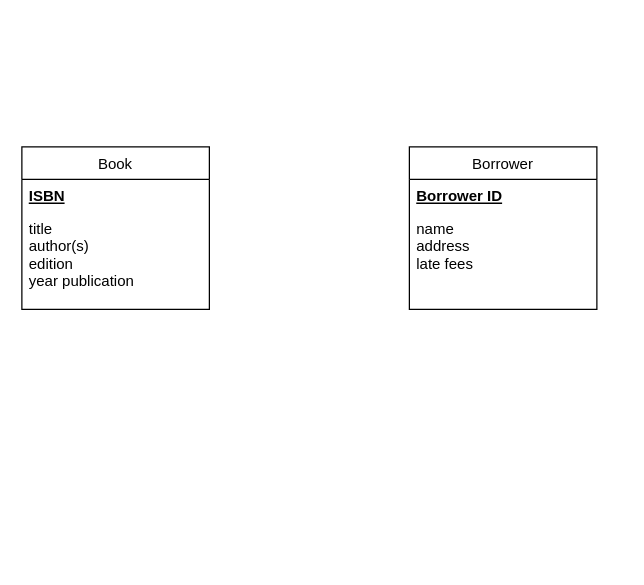
The draw.io diagram Exam Diagram.drawio in carlota-castro/DataManagement, before the edit. Source tidied: cells renumbered, new cells numbered last; positions are measured from the earlier drawing's top-left corner, leaving out a move shared by most shapes. Both pictures are drawn from the tidied source at 125%, with x=0, y=0 at pixel (21, 146).
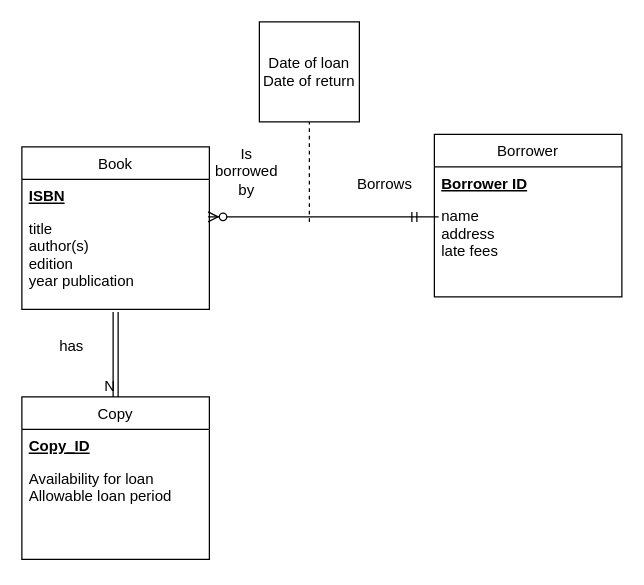
After the change.

The change refers to these unchanged cells:
```xml
<mxCell id="4" value="title&#10;author(s)&#10;edition&#10;year publication&#10;&#10;" style="text;strokeColor=none;fillColor=none;align=left;verticalAlign=top;spacingLeft=4;spacingRight=4;overflow=hidden;points=[[0,0.5],[1,0.5]];portConstraint=eastwest;" parent="2" vertex="1">
  <mxGeometry y="52" width="150" height="78" as="geometry" />
</mxCell>
```

The edit, as a diff of the source:
```diff
@@
+    <mxCell id="8" style="edgeStyle=entityRelationEdgeStyle;fontSize=12;html=1;endArrow=ERzeroToMany;startArrow=ERmandOne;entryX=0.993;entryY=0.051;entryDx=0;entryDy=0;entryPerimeter=0;" parent="1" edge="1" target="4">
+      <mxGeometry relative="1" as="geometry">
+        <mxPoint x="308" y="56" as="sourcePoint" />
+      </mxGeometry>
+    </mxCell>
     <mxCell id="5" value="Borrower" style="swimlane;fontStyle=0;horizontal=1;startSize=26;fillColor=none;" parent="1" vertex="1">
-      <mxGeometry x="310" width="150" height="130" as="geometry" />
+      <mxGeometry x="330" y="-10" width="150" height="130" as="geometry" />
     </mxCell>
@@
+    <mxCell id="9" value="Copy" style="swimlane;fontStyle=0;horizontal=1;startSize=26;fillColor=none;" parent="1" vertex="1">
+      <mxGeometry y="200" width="150" height="130" as="geometry" />
+    </mxCell>
+    <mxCell id="10" value="Copy_ID" style="text;strokeColor=none;fillColor=none;align=left;verticalAlign=top;spacingLeft=4;spacingRight=4;overflow=hidden;fontStyle=5;" parent="9" vertex="1">
+      <mxGeometry y="26" width="150" height="26" as="geometry" />
+    </mxCell>
+    <mxCell id="11" value="Availability for loan&#10;Allowable loan period&#10;" style="text;strokeColor=none;fillColor=none;align=left;verticalAlign=top;spacingLeft=4;spacingRight=4;overflow=hidden;" parent="9" vertex="1">
+      <mxGeometry y="52" width="150" height="78" as="geometry" />
+    </mxCell>
+    <mxCell id="12" style="shape=link;html=1;rounded=0;entryX=0.5;entryY=0;entryDx=0;entryDy=0;exitX=0.5;exitY=1.026;exitDx=0;exitDy=0;exitPerimeter=0;" parent="1" edge="1" source="4" target="9">
+      <mxGeometry relative="1" as="geometry" />
+    </mxCell>
+    <mxCell id="13" value="N" style="html=1;align=right;verticalAlign=bottom;" parent="12" vertex="1">
+      <mxGeometry x="1" relative="1" as="geometry" />
+    </mxCell>
+    <mxCell id="14" style="endArrow=none;dashed=1;html=1;" parent="1" edge="1">
+      <mxGeometry relative="1" as="geometry">
+        <mxPoint x="230" y="60" as="sourcePoint" />
+        <mxPoint x="230" y="-20" as="targetPoint" />
+      </mxGeometry>
+    </mxCell>
+    <mxCell id="15" value="has" style="text;html=1;strokeColor=none;fillColor=none;align=center;verticalAlign=middle;whiteSpace=wrap;rounded=0;" parent="1" vertex="1">
+      <mxGeometry x="20" y="150" width="40" height="20" as="geometry" />
+    </mxCell>
+    <mxCell id="16" value="Borrows" style="text;html=1;align=center;verticalAlign=middle;" parent="1" vertex="1">
+      <mxGeometry x="260" y="20" width="60" height="20" as="geometry" />
+    </mxCell>
+    <mxCell id="17" value="Date of loan&lt;br&gt;Date of return" style="whiteSpace=wrap;html=1;" parent="1" vertex="1">
+      <mxGeometry x="190" y="-100" width="80" height="80" as="geometry" />
+    </mxCell>
+    <mxCell id="18" value="Is borrowed by" style="text;html=1;strokeColor=none;fillColor=none;align=center;verticalAlign=middle;whiteSpace=wrap;rounded=0;" parent="1" vertex="1">
+      <mxGeometry x="160" y="10" width="40" height="20" as="geometry" />
+    </mxCell>
```
